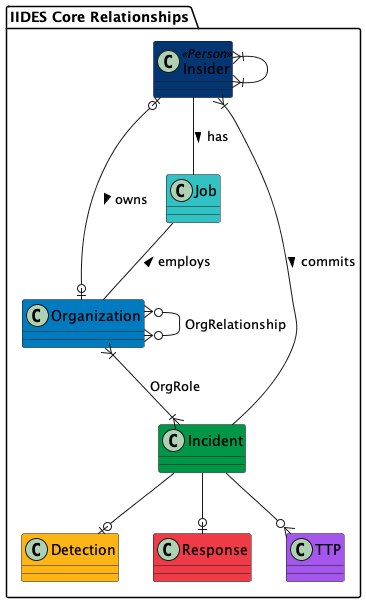
cmu-sei/iides keeps this PlantUML diagram as UML/out/IIDES_Core.png. Above is the earlier version.
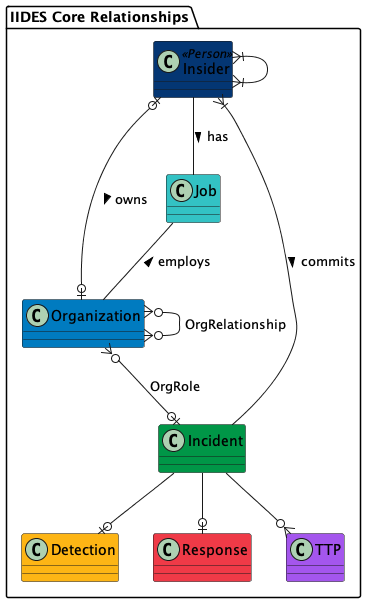
After the commit.

The edit, as a diff of the source:
```diff
@@ -12,7 +12,7 @@
     Incident --|{ Insider : commits <
     Job -- Organization : employs <
     Insider -- Job : has >
-    Organization }|--|{ Incident : OrgRole
+    Organization }o--o| Incident : OrgRole
     Organization }o--o{ Organization : OrgRelationship
     Insider |o--o| Organization : owns >
     Insider }|--|{ Insider
```
